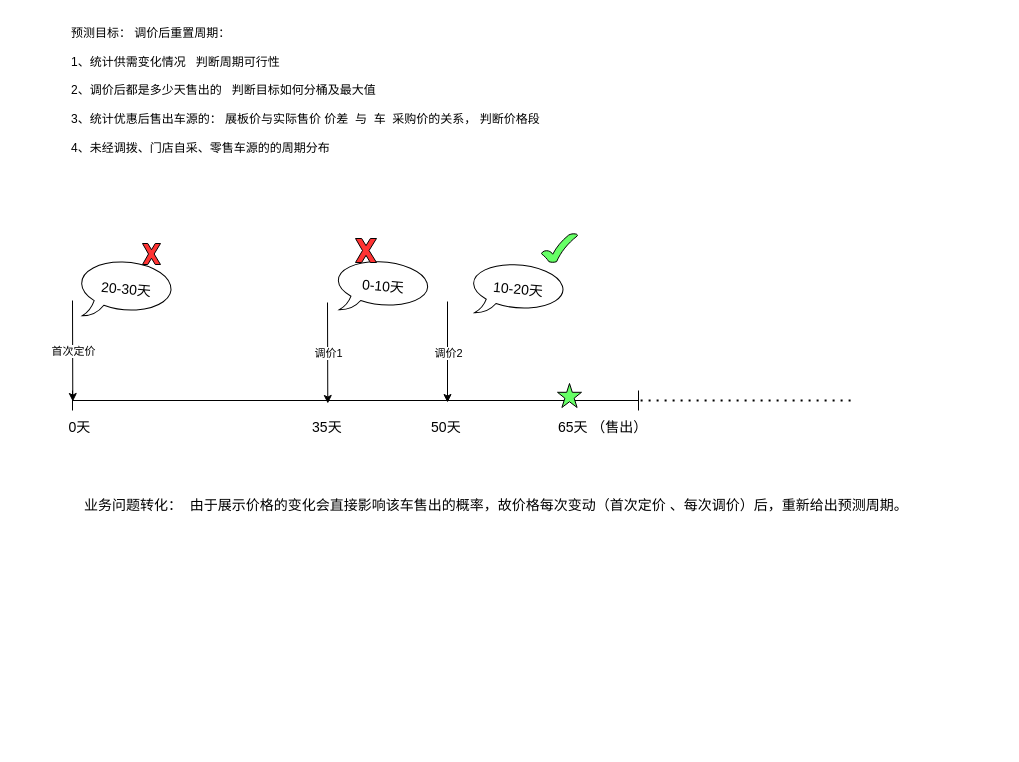
Earlier version of the draw.io diagram 周期预测结构图.drawio (mrlonely001/gittest). Source tidied: cells renumbered, new cells numbered last; positions are measured from the earlier drawing's top-left corner, leaving out a move shared by most shapes. Both pictures are drawn from the tidied source at 100%, with x=0, y=0 at pixel (51, 17).
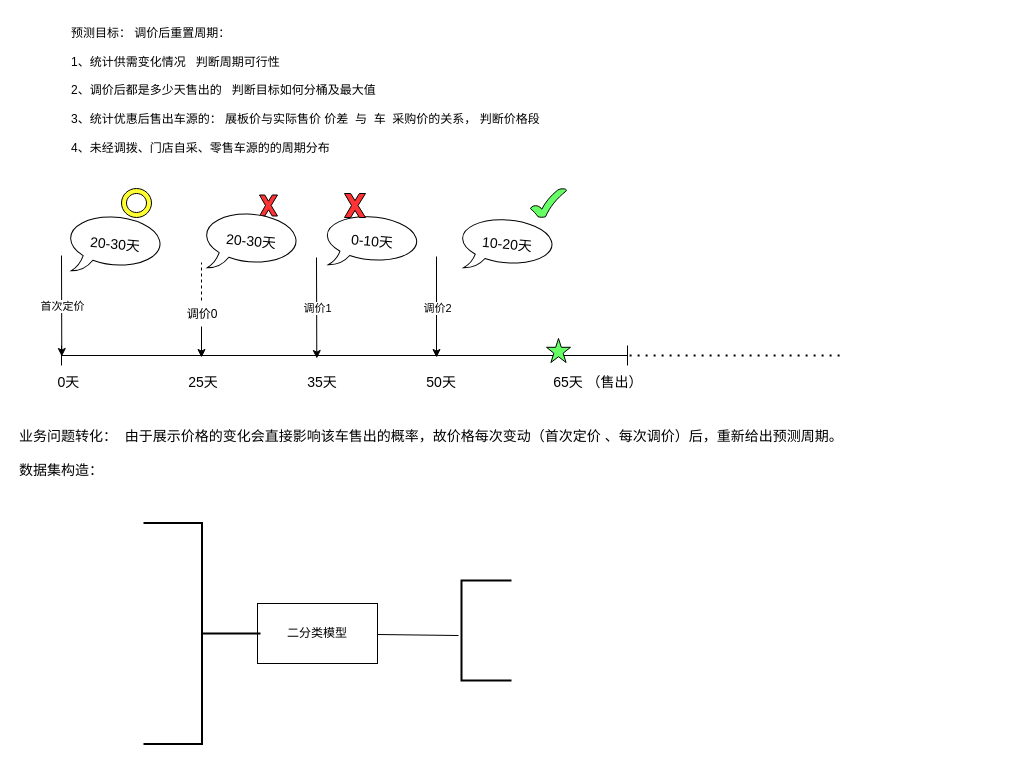
The same diagram, later.

Commit message:
更新周期预测结构图.drawio

Diff of the diagram source:
```diff
@@
+    <mxCell id="10" value="&lt;font style=&quot;font-size: 14px;&quot;&gt;业务问题转化：&amp;nbsp; 由于展示价格的变化会直接影响该车售出的概率，故价格每次变动（首次定价 、每次调价）后，重新给出预测周期。&lt;br&gt;&lt;br&gt;数据集构造：&lt;br&gt;&amp;nbsp; &amp;nbsp; &amp;nbsp; &amp;nbsp; &amp;nbsp; &amp;nbsp; &amp;nbsp; &amp;nbsp; &amp;nbsp; &amp;nbsp; &amp;nbsp;&lt;br&gt;&lt;/font&gt;" style="text;html=1;strokeColor=none;fillColor=none;align=left;verticalAlign=middle;whiteSpace=wrap;rounded=0;" parent="1" vertex="1">
+      <mxGeometry x="-34" y="395" width="858" height="97" as="geometry" />
+    </mxCell>
+    <mxCell id="20" style="group;" parent="1" vertex="1">
+      <mxGeometry x="-11" y="171" width="801" height="209" as="geometry" />
+    </mxCell>
+    <mxCell id="18" value="&amp;nbsp; &amp;nbsp; 0天&amp;nbsp; &amp;nbsp; &amp;nbsp; &amp;nbsp; &amp;nbsp; &amp;nbsp; &amp;nbsp; &amp;nbsp; &amp;nbsp; &amp;nbsp; &amp;nbsp; &amp;nbsp; &amp;nbsp; &amp;nbsp; 25天&amp;nbsp; &amp;nbsp; &amp;nbsp; &amp;nbsp; &amp;nbsp; &amp;nbsp; &amp;nbsp; &amp;nbsp; &amp;nbsp; &amp;nbsp; &amp;nbsp; &amp;nbsp;35天&amp;nbsp; &amp;nbsp; &amp;nbsp; &amp;nbsp; &amp;nbsp; &amp;nbsp; &amp;nbsp; &amp;nbsp; &amp;nbsp; &amp;nbsp; &amp;nbsp; &amp;nbsp;50天&amp;nbsp; &amp;nbsp; &amp;nbsp; &amp;nbsp; &amp;nbsp; &amp;nbsp; &amp;nbsp; &amp;nbsp; &amp;nbsp; &amp;nbsp; &amp;nbsp; &amp;nbsp; &amp;nbsp;65天 （售出）" style="text;html=1;strokeColor=none;fillColor=none;align=left;verticalAlign=middle;whiteSpace=wrap;rounded=0;fontSize=14;" parent="20" vertex="1">
+      <mxGeometry y="179" width="725" height="30" as="geometry" />
+    </mxCell>
+    <mxCell id="21" style="group;" parent="20" vertex="1">
+      <mxGeometry x="21" width="780" height="177" as="geometry" />
+    </mxCell>
-    <mxCell id="3" style="shape=crossbar;whiteSpace=wrap;html=1;rounded=1;" parent="1" vertex="1">
-      <mxGeometry x="21" y="373" width="566" height="20" as="geometry" />
+    <mxCell id="3" style="shape=crossbar;whiteSpace=wrap;html=1;rounded=1;" parent="21" vertex="1">
+      <mxGeometry y="157" width="566" height="20" as="geometry" />
     </mxCell>
-    <mxCell id="4" style="endArrow=classic;html=1;rounded=0;entryX=0.131;entryY=0.55;entryDx=0;entryDy=0;entryPerimeter=0;" parent="1" edge="1">
+    <mxCell id="4" style="endArrow=classic;html=1;rounded=0;entryX=0.131;entryY=0.55;entryDx=0;entryDy=0;entryPerimeter=0;" parent="21" edge="1">
       <mxGeometry relative="1" as="geometry">
-        <mxPoint x="276" y="285" as="sourcePoint" />
-        <mxPoint x="276.3" y="386" as="targetPoint" />
+        <mxPoint x="255" y="69" as="sourcePoint" />
+        <mxPoint x="255.3" y="170" as="targetPoint" />
       </mxGeometry>
     </mxCell>
@@
-    <mxCell id="6" style="endArrow=classic;html=1;rounded=0;entryX=0.131;entryY=0.55;entryDx=0;entryDy=0;entryPerimeter=0;" parent="1" edge="1">
+    <mxCell id="6" style="endArrow=classic;html=1;rounded=0;entryX=0.131;entryY=0.55;entryDx=0;entryDy=0;entryPerimeter=0;" parent="21" edge="1">
       <mxGeometry relative="1" as="geometry">
-        <mxPoint x="396" y="284" as="sourcePoint" />
-        <mxPoint x="396" y="385" as="targetPoint" />
+        <mxPoint x="375" y="68" as="sourcePoint" />
+        <mxPoint x="375" y="169" as="targetPoint" />
       </mxGeometry>
     </mxCell>
@@
-    <mxCell id="8" style="endArrow=classic;html=1;rounded=0;entryX=0.131;entryY=0.55;entryDx=0;entryDy=0;entryPerimeter=0;" parent="1" edge="1">
+    <mxCell id="8" style="endArrow=classic;html=1;rounded=0;entryX=0.131;entryY=0.55;entryDx=0;entryDy=0;entryPerimeter=0;" parent="21" edge="1">
       <mxGeometry relative="1" as="geometry">
-        <mxPoint x="21" y="283" as="sourcePoint" />
-        <mxPoint x="21.3" y="384" as="targetPoint" />
+        <mxPoint y="67" as="sourcePoint" />
+        <mxPoint x="0.3" y="168" as="targetPoint" />
       </mxGeometry>
     </mxCell>
@@
-    <mxCell id="10" value="&lt;font style=&quot;font-size: 14px;&quot;&gt;业务问题转化：&amp;nbsp; 由于展示价格的变化会直接影响该车售出的概率，故价格每次变动（首次定价 、每次调价）后，重新给出预测周期。&lt;/font&gt;" style="text;html=1;strokeColor=none;fillColor=none;align=left;verticalAlign=middle;whiteSpace=wrap;rounded=0;" parent="1" vertex="1">
-      <mxGeometry x="31" y="425" width="842" height="125" as="geometry" />
-    </mxCell>
-    <mxCell id="11" value="20-30天" style="whiteSpace=wrap;html=1;shape=mxgraph.basic.oval_callout;fontSize=14;rotation=5;" parent="1" vertex="1">
-      <mxGeometry x="25" y="242" width="100" height="60" as="geometry" />
+    <mxCell id="11" value="20-30天" style="whiteSpace=wrap;html=1;shape=mxgraph.basic.oval_callout;fontSize=14;rotation=5;" parent="21" vertex="1">
+      <mxGeometry x="4" y="26" width="100" height="60" as="geometry" />
     </mxCell>
-    <mxCell id="12" value="0-10天" style="whiteSpace=wrap;html=1;shape=mxgraph.basic.oval_callout;fontSize=14;rotation=5;" parent="1" vertex="1">
-      <mxGeometry x="281.7" y="242" width="100" height="54" as="geometry" />
+    <mxCell id="12" value="0-10天" style="whiteSpace=wrap;html=1;shape=mxgraph.basic.oval_callout;fontSize=14;rotation=5;" parent="21" vertex="1">
+      <mxGeometry x="260.7" y="26" width="100" height="54" as="geometry" />
     </mxCell>
-    <mxCell id="13" style="endArrow=none;dashed=1;html=1;dashPattern=1 3;strokeWidth=2;rounded=0;exitX=0.991;exitY=0.65;exitDx=0;exitDy=0;exitPerimeter=0;" parent="1" edge="1">
+    <mxCell id="13" style="endArrow=none;dashed=1;html=1;dashPattern=1 3;strokeWidth=2;rounded=0;exitX=0.991;exitY=0.65;exitDx=0;exitDy=0;exitPerimeter=0;" parent="21" edge="1">
       <mxGeometry relative="1" as="geometry">
-        <mxPoint x="589.1" y="383" as="sourcePoint" />
-        <mxPoint x="801" y="383" as="targetPoint" />
+        <mxPoint x="568.1" y="167" as="sourcePoint" />
+        <mxPoint x="780" y="167" as="targetPoint" />
       </mxGeometry>
     </mxCell>
-    <mxCell id="14" value="10-20天" style="whiteSpace=wrap;html=1;shape=mxgraph.basic.oval_callout;fontSize=14;rotation=5;" parent="1" vertex="1">
-      <mxGeometry x="417" y="245" width="100" height="54" as="geometry" />
+    <mxCell id="14" value="10-20天" style="whiteSpace=wrap;html=1;shape=mxgraph.basic.oval_callout;fontSize=14;rotation=5;" parent="21" vertex="1">
+      <mxGeometry x="396" y="29" width="100" height="54" as="geometry" />
     </mxCell>
-    <mxCell id="15" style="verticalLabelPosition=bottom;verticalAlign=top;html=1;shape=mxgraph.basic.x;fontSize=14;fillColor=#FF3333;" parent="1" vertex="1">
-      <mxGeometry x="91" y="226" width="18" height="21" as="geometry" />
+    <mxCell id="15" style="verticalLabelPosition=bottom;verticalAlign=top;html=1;shape=mxgraph.basic.x;fontSize=14;fillColor=#FF3333;" parent="21" vertex="1">
+      <mxGeometry x="198" y="6.5" width="18" height="21" as="geometry" />
     </mxCell>
-    <mxCell id="16" style="verticalLabelPosition=bottom;verticalAlign=top;html=1;shape=mxgraph.basic.x;fontSize=14;fillColor=#FF3333;" parent="1" vertex="1">
-      <mxGeometry x="304" y="221" width="21" height="24" as="geometry" />
+    <mxCell id="16" style="verticalLabelPosition=bottom;verticalAlign=top;html=1;shape=mxgraph.basic.x;fontSize=14;fillColor=#FF3333;" parent="21" vertex="1">
+      <mxGeometry x="283" y="5" width="21" height="24" as="geometry" />
     </mxCell>
-    <mxCell id="17" style="verticalLabelPosition=bottom;verticalAlign=top;html=1;shape=mxgraph.basic.tick;fontSize=14;fillColor=#66FF66;" parent="1" vertex="1">
-      <mxGeometry x="490" y="216" width="36" height="29" as="geometry" />
+    <mxCell id="17" style="verticalLabelPosition=bottom;verticalAlign=top;html=1;shape=mxgraph.basic.tick;fontSize=14;fillColor=#66FF66;" parent="21" vertex="1">
+      <mxGeometry x="469" width="36" height="29" as="geometry" />
     </mxCell>
-    <mxCell id="18" value="&amp;nbsp; &amp;nbsp; 0天&amp;nbsp; &amp;nbsp; &amp;nbsp; &amp;nbsp; &amp;nbsp; &amp;nbsp; &amp;nbsp; &amp;nbsp; &amp;nbsp; &amp;nbsp; &amp;nbsp; &amp;nbsp; &amp;nbsp; &amp;nbsp; &amp;nbsp; &amp;nbsp; &amp;nbsp; &amp;nbsp; &amp;nbsp; &amp;nbsp; &amp;nbsp; &amp;nbsp; &amp;nbsp; &amp;nbsp; &amp;nbsp; &amp;nbsp; &amp;nbsp; &amp;nbsp; &amp;nbsp;35天&amp;nbsp; &amp;nbsp; &amp;nbsp; &amp;nbsp; &amp;nbsp; &amp;nbsp; &amp;nbsp; &amp;nbsp; &amp;nbsp; &amp;nbsp; &amp;nbsp; &amp;nbsp;50天&amp;nbsp; &amp;nbsp; &amp;nbsp; &amp;nbsp; &amp;nbsp; &amp;nbsp; &amp;nbsp; &amp;nbsp; &amp;nbsp; &amp;nbsp; &amp;nbsp; &amp;nbsp; &amp;nbsp;65天 （售出）" style="text;html=1;strokeColor=none;fillColor=none;align=left;verticalAlign=middle;whiteSpace=wrap;rounded=0;fontSize=14;" parent="1" vertex="1">
-      <mxGeometry y="395" width="725" height="30" as="geometry" />
-    </mxCell>
-    <mxCell id="19" style="verticalLabelPosition=bottom;verticalAlign=top;html=1;shape=mxgraph.basic.star;fontSize=14;fillColor=#66FF66;" parent="1" vertex="1">
-      <mxGeometry x="506" y="366" width="24" height="24" as="geometry" />
+    <mxCell id="19" style="verticalLabelPosition=bottom;verticalAlign=top;html=1;shape=mxgraph.basic.star;fontSize=14;fillColor=#66FF66;" parent="21" vertex="1">
+      <mxGeometry x="485" y="150" width="24" height="24" as="geometry" />
     </mxCell>
+    <mxCell id="22" style="endArrow=classic;html=1;rounded=0;" parent="21" edge="1">
+      <mxGeometry relative="1" as="geometry">
+        <mxPoint x="140" y="138" as="sourcePoint" />
+        <mxPoint x="140" y="169" as="targetPoint" />
+      </mxGeometry>
+    </mxCell>
+    <mxCell id="23" style="endArrow=none;dashed=1;html=1;rounded=0;" parent="21" edge="1">
+      <mxGeometry relative="1" as="geometry">
+        <mxPoint x="140" y="112" as="sourcePoint" />
+        <mxPoint x="140" y="74" as="targetPoint" />
+      </mxGeometry>
+    </mxCell>
+    <mxCell id="24" value="调价0" style="text;html=1;strokeColor=none;fillColor=none;align=center;verticalAlign=middle;whiteSpace=wrap;rounded=0;" parent="21" vertex="1">
+      <mxGeometry x="111" y="111" width="60" height="30" as="geometry" />
+    </mxCell>
+    <mxCell id="25" style="verticalLabelPosition=bottom;verticalAlign=top;html=1;shape=mxgraph.basic.donut;dx=5;fillColor=#FFFF33;" parent="21" vertex="1">
+      <mxGeometry x="60" width="30" height="29" as="geometry" />
+    </mxCell>
+    <mxCell id="26" value="20-30天" style="whiteSpace=wrap;html=1;shape=mxgraph.basic.oval_callout;fontSize=14;rotation=5;" parent="21" vertex="1">
+      <mxGeometry x="140" y="23" width="100" height="60" as="geometry" />
+    </mxCell>
+    <mxCell id="27" value="二分类模型" style="rounded=0;whiteSpace=wrap;html=1;fillColor=#FFFFFF;" parent="1" vertex="1">
+      <mxGeometry x="206" y="586" width="120" height="60" as="geometry" />
+    </mxCell>
+    <mxCell id="28" style="strokeWidth=2;html=1;shape=mxgraph.flowchart.annotation_2;align=left;labelPosition=right;fillColor=#FFFFFF;rotation=-180;" parent="1" vertex="1">
+      <mxGeometry x="92" y="505.5" width="117" height="221" as="geometry" />
+    </mxCell>
+    <mxCell id="29" style="strokeWidth=2;html=1;shape=mxgraph.flowchart.annotation_1;align=left;fillColor=#FFFFFF;" parent="1" vertex="1">
+      <mxGeometry x="410" y="563" width="50" height="100" as="geometry" />
+    </mxCell>
+    <mxCell id="30" style="endArrow=none;html=1;rounded=0;entryX=-0.06;entryY=0.55;entryDx=0;entryDy=0;entryPerimeter=0;" parent="1" edge="1" target="29">
+      <mxGeometry relative="1" as="geometry">
+        <mxPoint x="326" y="617" as="sourcePoint" />
+      </mxGeometry>
+    </mxCell>
```
